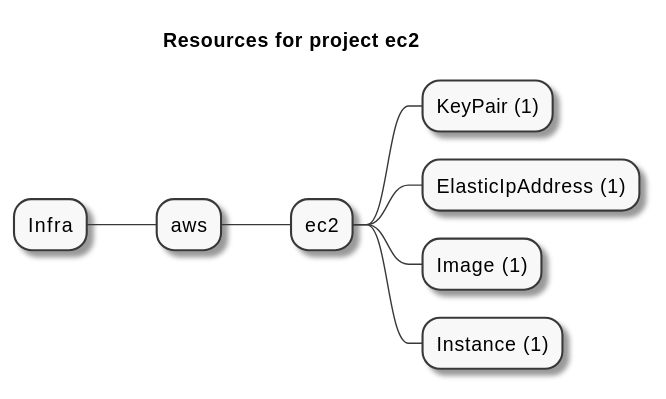
FredericHeem/grucloud-aws-demo keeps this PlantUML diagram as artifacts/resources-mindmap.svg. Above is the earlier version.
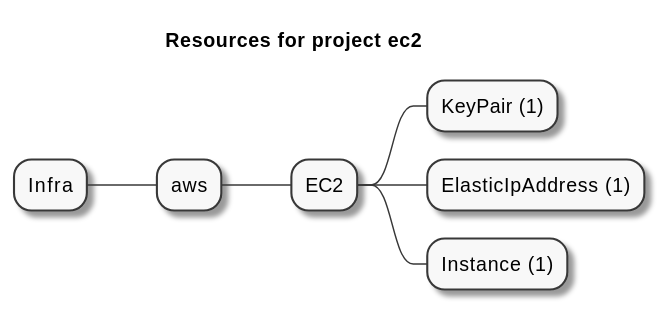
The same file after the commit.

Change to the diagram source:
```diff
@@ -3,9 +3,8 @@
 skinparam monochrome true
 + Infra
 ++ aws
-+++ ec2
++++ EC2
 ++++ KeyPair (1)
 ++++ ElasticIpAddress (1)
-++++ Image (1)
 ++++ Instance (1)
 @endmindmap
```
